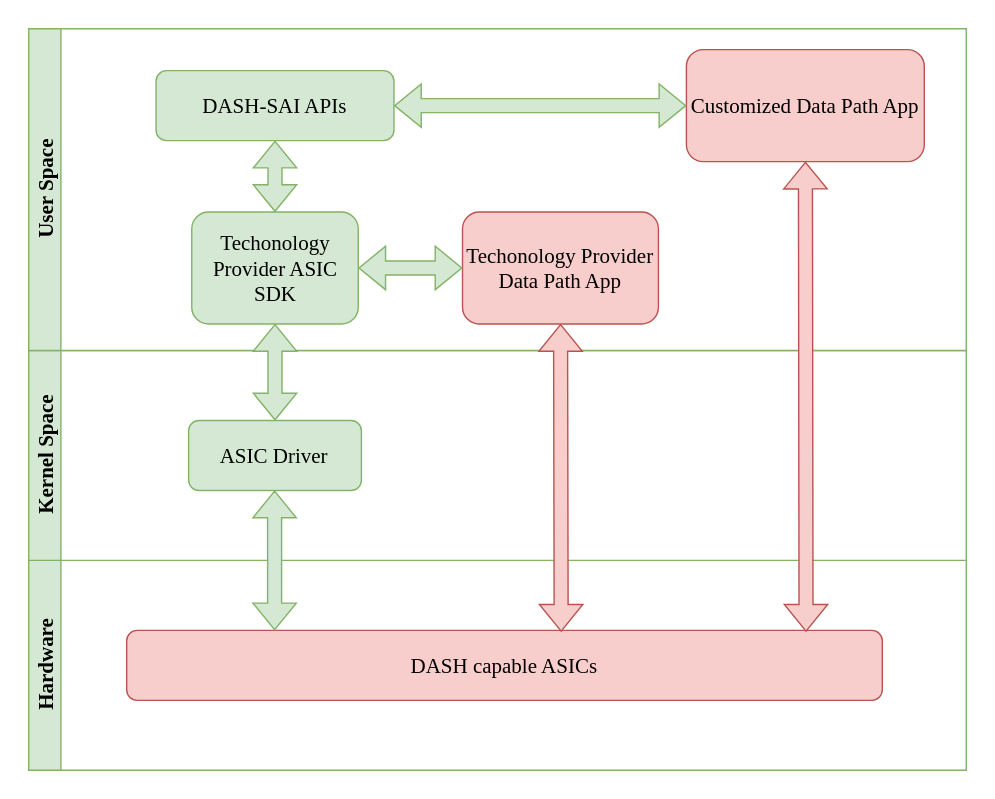
sonic-net/DASH keeps this draw.io diagram as documentation/general/images/dash-data-path-overview.svg. Above is the earlier version. Source tidied: cells renumbered, new cells last; positions are measured from the earlier drawing's top-left corner, leaving out a move shared by most shapes. Its diagram source:
```xml
<mxGraphModel>
  <root>
    <mxCell id="0" />
    <mxCell id="1" parent="0" />
    <mxCell id="2" value="Hardware" style="swimlane;horizontal=0;whiteSpace=wrap;html=1;rounded=0;labelBorderColor=none;strokeColor=#82b366;fontFamily=Monaco;fontSize=15;startSize=23;fillColor=#d5e8d4;swimlaneFillColor=#FFFFFF;" parent="1" vertex="1">
      <mxGeometry y="380" width="670" height="150" as="geometry" />
    </mxCell>
    <mxCell id="3" value="DASH capable ASICs" style="rounded=1;whiteSpace=wrap;html=1;strokeColor=#b85450;fontFamily=Monaco;fontSize=15;startSize=23;fillColor=#f8cecc;" parent="2" vertex="1">
      <mxGeometry x="70" y="50" width="540" height="50" as="geometry" />
    </mxCell>
    <mxCell id="4" value="Kernel Space" style="swimlane;horizontal=0;whiteSpace=wrap;html=1;rounded=0;labelBorderColor=none;strokeColor=#82b366;fontFamily=Monaco;fontSize=15;startSize=23;fillColor=#d5e8d4;swimlaneFillColor=#FFFFFF;" parent="1" vertex="1">
      <mxGeometry y="230" width="670" height="150" as="geometry" />
    </mxCell>
    <mxCell id="5" value="ASIC Driver" style="rounded=1;whiteSpace=wrap;html=1;strokeColor=#82b366;fontFamily=Monaco;fontSize=15;startSize=23;fillColor=#d5e8d4;" parent="4" vertex="1">
      <mxGeometry x="114.2" y="50" width="123.5" height="50" as="geometry" />
    </mxCell>
    <mxCell id="6" style="shape=flexArrow;endArrow=classic;html=1;rounded=0;fillColor=#d5e8d4;strokeColor=#82b366;startArrow=block;" parent="4" edge="1">
      <mxGeometry relative="1" as="geometry">
        <mxPoint x="175.7" y="100" as="sourcePoint" />
        <mxPoint x="175.7" y="200" as="targetPoint" />
      </mxGeometry>
    </mxCell>
    <mxCell id="7" value="User Space" style="swimlane;horizontal=0;whiteSpace=wrap;html=1;rounded=0;labelBorderColor=none;strokeColor=#82b366;fontFamily=Monaco;fontSize=15;startSize=23;fillColor=#d5e8d4;swimlaneFillColor=#FFFFFF;" parent="1" vertex="1">
      <mxGeometry width="670" height="230" as="geometry" />
    </mxCell>
    <mxCell id="8" value="Techonology Provider ASIC SDK" style="rounded=1;whiteSpace=wrap;html=1;strokeColor=#82b366;fontFamily=Monaco;fontSize=15;startSize=23;fillColor=#d5e8d4;" parent="7" vertex="1">
      <mxGeometry x="116.5" y="131" width="119" height="80" as="geometry" />
    </mxCell>
    <mxCell id="9" value="DASH-SAI APIs" style="rounded=1;whiteSpace=wrap;html=1;strokeColor=#82b366;fontFamily=Monaco;fontSize=15;startSize=23;fillColor=#d5e8d4;" parent="7" vertex="1">
      <mxGeometry x="91" y="30" width="170" height="50" as="geometry" />
    </mxCell>
    <mxCell id="10" style="shape=flexArrow;endArrow=classic;html=1;rounded=0;fillColor=#d5e8d4;strokeColor=#82b366;startArrow=block;" parent="7" edge="1" source="9" target="8">
      <mxGeometry relative="1" as="geometry" />
    </mxCell>
    <mxCell id="11" value="Techonology Provider Data Path App" style="rounded=1;whiteSpace=wrap;html=1;strokeColor=#b85450;fontFamily=Monaco;fontSize=15;startSize=23;fillColor=#f8cecc;" parent="7" vertex="1">
      <mxGeometry x="310" y="131" width="140" height="80" as="geometry" />
    </mxCell>
    <mxCell id="12" style="shape=flexArrow;endArrow=classic;html=1;rounded=0;fillColor=#d5e8d4;strokeColor=#82b366;startArrow=block;" parent="7" edge="1" source="11" target="8">
      <mxGeometry relative="1" as="geometry" />
    </mxCell>
    <mxCell id="13" value="Customized Data Path App" style="rounded=1;whiteSpace=wrap;html=1;strokeColor=#b85450;fontFamily=Monaco;fontSize=15;startSize=23;fillColor=#f8cecc;" parent="7" vertex="1">
      <mxGeometry x="470" y="15" width="170" height="80" as="geometry" />
    </mxCell>
    <mxCell id="14" style="shape=flexArrow;endArrow=classic;html=1;rounded=0;fillColor=#f8cecc;strokeColor=#b85450;startArrow=block;exitX=0.575;exitY=0.02;exitDx=0;exitDy=0;exitPerimeter=0;" parent="7" edge="1" target="13">
      <mxGeometry relative="1" as="geometry">
        <mxPoint x="555.5" y="431" as="sourcePoint" />
      </mxGeometry>
    </mxCell>
    <mxCell id="15" style="shape=flexArrow;endArrow=classic;html=1;rounded=0;fillColor=#d5e8d4;strokeColor=#82b366;startArrow=block;" parent="7" edge="1" source="13" target="9">
      <mxGeometry relative="1" as="geometry" />
    </mxCell>
    <mxCell id="16" style="shape=flexArrow;endArrow=classic;html=1;rounded=0;fillColor=#d5e8d4;strokeColor=#82b366;startArrow=block;" parent="1" edge="1" source="8" target="5">
      <mxGeometry relative="1" as="geometry" />
    </mxCell>
    <mxCell id="17" style="shape=flexArrow;endArrow=classic;html=1;rounded=0;fillColor=#f8cecc;strokeColor=#b85450;startArrow=block;exitX=0.575;exitY=0.02;exitDx=0;exitDy=0;exitPerimeter=0;" parent="1" edge="1" source="3" target="11">
      <mxGeometry relative="1" as="geometry" />
    </mxCell>
  </root>
</mxGraphModel>
```
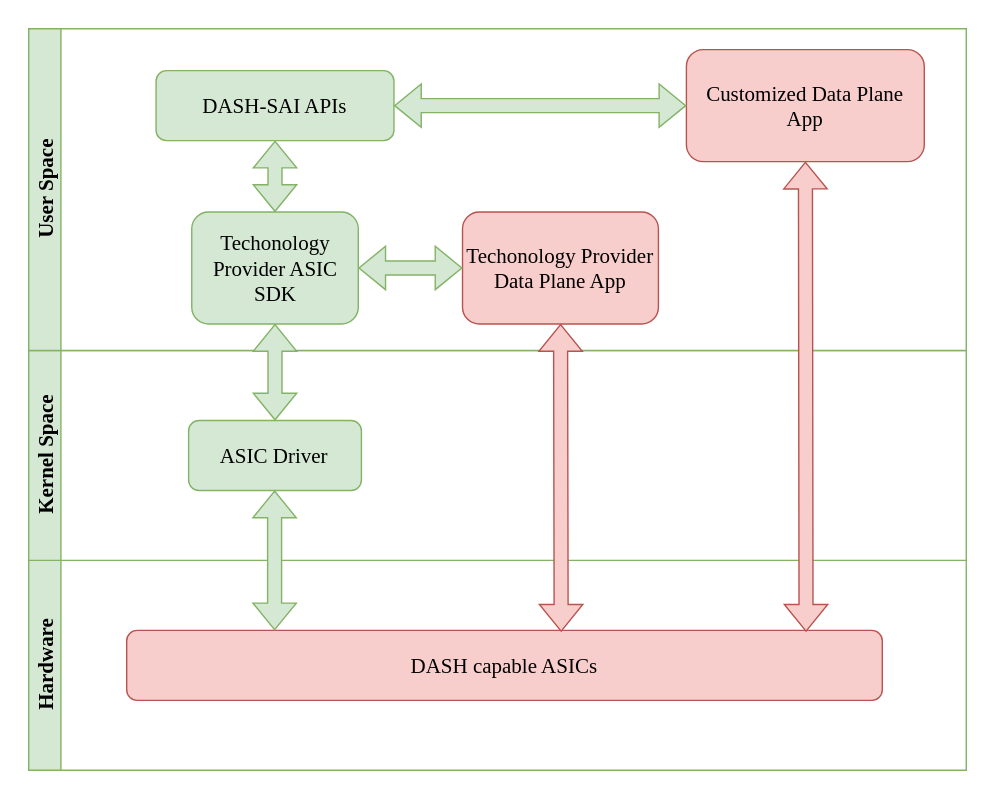
Above is the later version.

The edit, as a diff of the source:
```diff
@@ -32,13 +32,13 @@
     <mxCell id="10" style="shape=flexArrow;endArrow=classic;html=1;rounded=0;fillColor=#d5e8d4;strokeColor=#82b366;startArrow=block;" parent="7" edge="1" source="9" target="8">
       <mxGeometry relative="1" as="geometry" />
     </mxCell>
-    <mxCell id="11" value="Techonology Provider Data Path App" style="rounded=1;whiteSpace=wrap;html=1;strokeColor=#b85450;fontFamily=Monaco;fontSize=15;startSize=23;fillColor=#f8cecc;" parent="7" vertex="1">
+    <mxCell id="11" value="Techonology Provider Data Plane App" style="rounded=1;whiteSpace=wrap;html=1;strokeColor=#b85450;fontFamily=Monaco;fontSize=15;startSize=23;fillColor=#f8cecc;" parent="7" vertex="1">
       <mxGeometry x="310" y="131" width="140" height="80" as="geometry" />
     </mxCell>
     <mxCell id="12" style="shape=flexArrow;endArrow=classic;html=1;rounded=0;fillColor=#d5e8d4;strokeColor=#82b366;startArrow=block;" parent="7" edge="1" source="11" target="8">
       <mxGeometry relative="1" as="geometry" />
     </mxCell>
-    <mxCell id="13" value="Customized Data Path App" style="rounded=1;whiteSpace=wrap;html=1;strokeColor=#b85450;fontFamily=Monaco;fontSize=15;startSize=23;fillColor=#f8cecc;" parent="7" vertex="1">
+    <mxCell id="13" value="Customized Data Plane App" style="rounded=1;whiteSpace=wrap;html=1;strokeColor=#b85450;fontFamily=Monaco;fontSize=15;startSize=23;fillColor=#f8cecc;" parent="7" vertex="1">
       <mxGeometry x="470" y="15" width="170" height="80" as="geometry" />
     </mxCell>
     <mxCell id="14" style="shape=flexArrow;endArrow=classic;html=1;rounded=0;fillColor=#f8cecc;strokeColor=#b85450;startArrow=block;exitX=0.575;exitY=0.02;exitDx=0;exitDy=0;exitPerimeter=0;" parent="7" edge="1" target="13">
```
